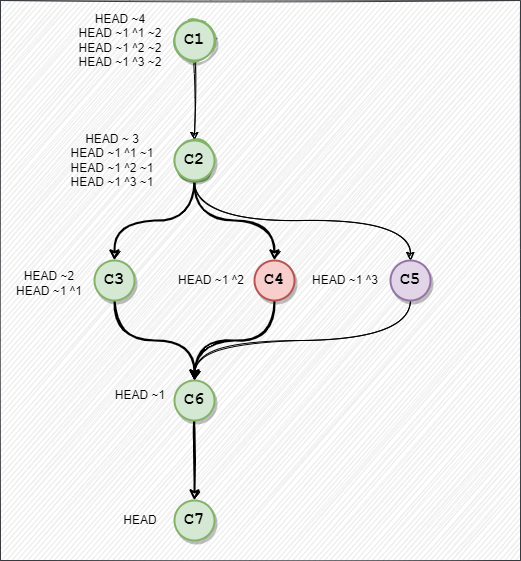
Before: Assets/images/git-selectors.png, a diagram exported from draw.io (braboj/tutorial-git). Source tidied: cells renumbered, new cells last; positions are measured from the earlier drawing's top-left corner, leaving out a move shared by most shapes.
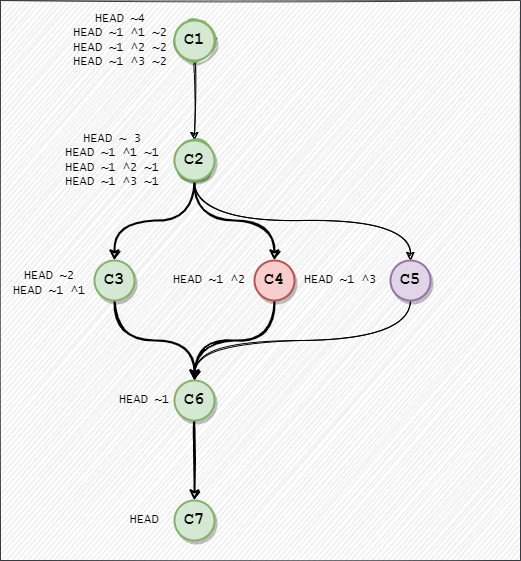
After the commit.

Change to the diagram source:
```diff
@@ -46,22 +46,22 @@
     <mxCell id="15" value="C1" style="ellipse;whiteSpace=wrap;html=1;strokeWidth=2;shadow=1;sketch=1;fillColor=#d5e8d4;strokeColor=#82b366;fontStyle=1;fontSize=14;fontFamily=Courier New;" parent="1" vertex="1">
       <mxGeometry x="174" y="20" width="40" height="40" as="geometry" />
     </mxCell>
-    <mxCell id="16" value="HEAD" style="text;html=1;strokeColor=none;fillColor=none;align=center;verticalAlign=middle;whiteSpace=wrap;sketch=1;" parent="1" vertex="1">
-      <mxGeometry x="110" y="505" width="60" height="30" as="geometry" />
+    <mxCell id="16" value="HEAD" style="text;html=1;strokeColor=none;fillColor=none;align=center;verticalAlign=middle;whiteSpace=wrap;sketch=1;fontFamily=Lucida Console;" parent="1" vertex="1">
+      <mxGeometry x="114" y="505" width="60" height="30" as="geometry" />
     </mxCell>
-    <mxCell id="17" value="HEAD ~1" style="text;html=1;strokeColor=none;fillColor=none;align=center;verticalAlign=middle;whiteSpace=wrap;sketch=1;" parent="1" vertex="1">
-      <mxGeometry x="110" y="380" width="60" height="30" as="geometry" />
+    <mxCell id="17" value="HEAD ~1" style="text;html=1;strokeColor=none;fillColor=none;align=center;verticalAlign=middle;whiteSpace=wrap;sketch=1;fontFamily=Lucida Console;" parent="1" vertex="1">
+      <mxGeometry x="114" y="385" width="60" height="30" as="geometry" />
     </mxCell>
-    <mxCell id="18" value="HEAD ~2&lt;br&gt;HEAD ~1 ^1" style="text;html=1;strokeColor=none;fillColor=none;align=center;verticalAlign=middle;whiteSpace=wrap;sketch=1;" parent="1" vertex="1">
+    <mxCell id="18" value="HEAD ~2&lt;br&gt;HEAD ~1 ^1" style="text;html=1;strokeColor=none;fillColor=none;align=center;verticalAlign=middle;whiteSpace=wrap;sketch=1;fontFamily=Lucida Console;" parent="1" vertex="1">
       <mxGeometry x="4" y="265" width="90" height="35" as="geometry" />
     </mxCell>
-    <mxCell id="19" value="HEAD ~1 ^2" style="text;html=1;strokeColor=none;fillColor=none;align=center;verticalAlign=middle;whiteSpace=wrap;sketch=1;" parent="1" vertex="1">
-      <mxGeometry x="174" y="265" width="74" height="30" as="geometry" />
+    <mxCell id="19" value="HEAD ~1 ^2" style="text;html=1;strokeColor=none;fillColor=none;align=center;verticalAlign=middle;whiteSpace=wrap;sketch=1;fontFamily=Lucida Console;" parent="1" vertex="1">
+      <mxGeometry x="170" y="265" width="78" height="30" as="geometry" />
     </mxCell>
-    <mxCell id="20" value="HEAD ~ 3&lt;br&gt;HEAD ~1 ^1 ~1&lt;br&gt;HEAD ~1 ^2 ~1&lt;br&gt;HEAD ~1 ^3 ~1" style="text;html=1;strokeColor=none;fillColor=none;align=center;verticalAlign=middle;whiteSpace=wrap;sketch=1;" parent="1" vertex="1">
+    <mxCell id="20" value="HEAD ~ 3&lt;br&gt;HEAD ~1 ^1 ~1&lt;br&gt;HEAD ~1 ^2 ~1&lt;br&gt;HEAD ~1 ^3 ~1" style="text;html=1;strokeColor=none;fillColor=none;align=center;verticalAlign=middle;whiteSpace=wrap;sketch=1;fontFamily=Lucida Console;" parent="1" vertex="1">
       <mxGeometry x="60" y="130" width="104" height="60" as="geometry" />
     </mxCell>
-    <mxCell id="21" value="HEAD ~4&lt;br&gt;HEAD ~1 ^1 ~2&lt;br&gt;HEAD ~1 ^2 ~2&lt;br&gt;HEAD ~1 ^3 ~2" style="text;html=1;strokeColor=none;fillColor=none;align=center;verticalAlign=middle;whiteSpace=wrap;sketch=1;" parent="1" vertex="1">
+    <mxCell id="21" value="HEAD ~4&lt;br&gt;HEAD ~1 ^1 ~2&lt;br&gt;HEAD ~1 ^2 ~2&lt;br&gt;HEAD ~1 ^3 ~2" style="text;html=1;strokeColor=none;fillColor=none;align=center;verticalAlign=middle;whiteSpace=wrap;sketch=1;fontFamily=Lucida Console;" parent="1" vertex="1">
       <mxGeometry x="70" y="10" width="100" height="60" as="geometry" />
     </mxCell>
     <mxCell id="22" style="edgeStyle=orthogonalEdgeStyle;jettySize=auto;html=1;entryX=0.5;entryY=0;entryDx=0;entryDy=0;curved=1;sketch=1;" parent="1" edge="1" source="23" target="13">
@@ -75,8 +75,8 @@
     <mxCell id="23" value="C5" style="ellipse;whiteSpace=wrap;html=1;strokeWidth=2;sketch=0;fillColor=#e1d5e7;strokeColor=#9673a6;shadow=1;fontFamily=Courier New;fontStyle=1;fontSize=17;" parent="1" vertex="1">
       <mxGeometry x="390" y="260" width="40" height="40" as="geometry" />
     </mxCell>
-    <mxCell id="24" value="HEAD ~1 ^3" style="text;html=1;strokeColor=none;fillColor=none;align=center;verticalAlign=middle;whiteSpace=wrap;sketch=1;" parent="1" vertex="1">
-      <mxGeometry x="310" y="265" width="70" height="30" as="geometry" />
+    <mxCell id="24" value="HEAD ~1 ^3" style="text;html=1;strokeColor=none;fillColor=none;align=center;verticalAlign=middle;whiteSpace=wrap;sketch=1;fontFamily=Lucida Console;" parent="1" vertex="1">
+      <mxGeometry x="300" y="265" width="80" height="30" as="geometry" />
     </mxCell>
     <mxCell id="25" value="C1" style="ellipse;whiteSpace=wrap;html=1;strokeWidth=2;shadow=0;sketch=0;fillColor=#d5e8d4;strokeColor=#82b366;fontStyle=1;fontSize=17;fontFamily=Courier New;" parent="1" vertex="1">
       <mxGeometry x="174" y="20" width="40" height="40" as="geometry" />
```
